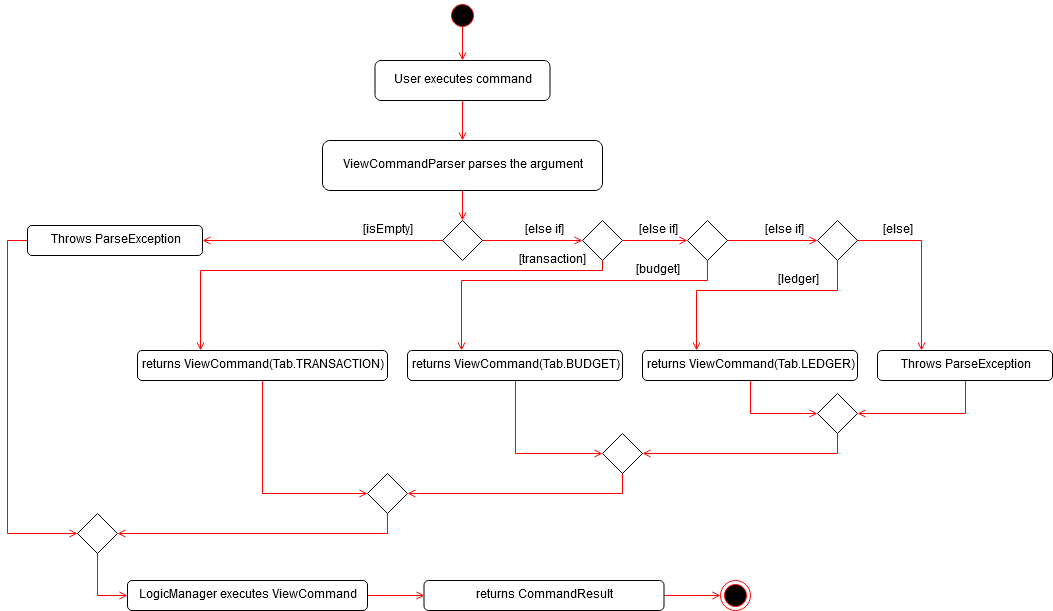
The draw.io diagram docs/images/ViewActivityDiagram.png in nus-cs2103-AY1920S1/addressbook-level3, before a commit. Source tidied: cells renumbered, new cells last; positions are measured from the earlier drawing's top-left corner, leaving out a move shared by most shapes.
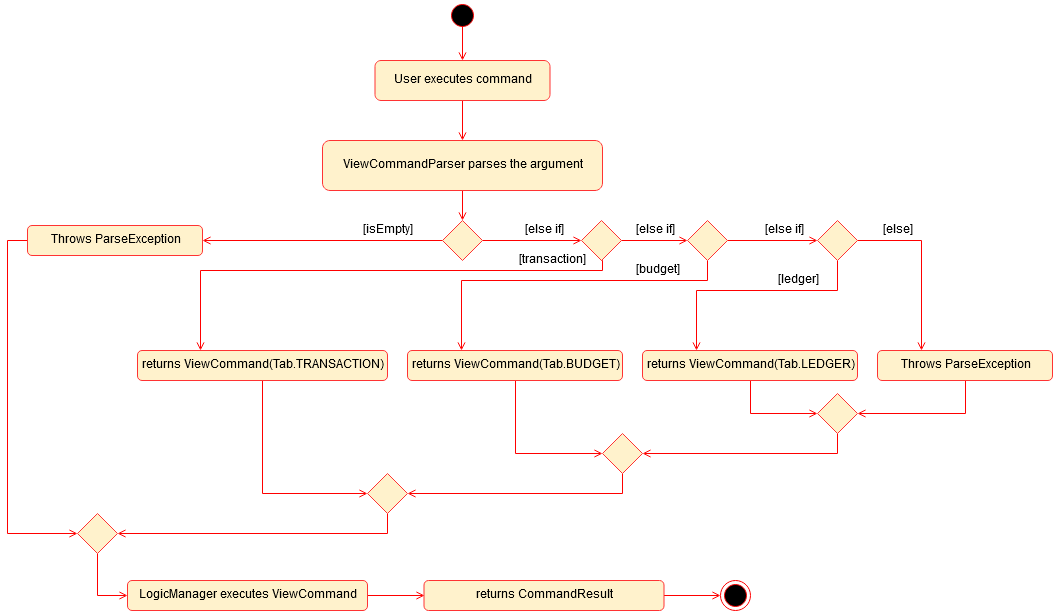
The same file after the commit.

Diff of the diagram source:
```diff
@@ -13,28 +13,28 @@
     <mxCell id="4" style="edgeStyle=orthogonalEdgeStyle;rounded=0;jettySize=auto;html=1;exitX=0.5;exitY=1;exitDx=0;exitDy=0;entryX=0.5;entryY=0;entryDx=0;entryDy=0;strokeColor=#FF0000;endArrow=open;endFill=0;" parent="1" edge="1" source="5" target="7">
       <mxGeometry relative="1" as="geometry" />
     </mxCell>
-    <mxCell id="5" value="User executes command" style="rounded=1;whiteSpace=wrap;html=1;" parent="1" vertex="1">
+    <mxCell id="5" value="User executes command" style="rounded=1;whiteSpace=wrap;html=1;fillColor=#fff2cc;strokeColor=#FF3333;" parent="1" vertex="1">
       <mxGeometry x="347.5" y="60" width="175" height="40" as="geometry" />
     </mxCell>
     <mxCell id="6" style="edgeStyle=orthogonalEdgeStyle;rounded=0;jettySize=auto;html=1;exitX=0.5;exitY=1;exitDx=0;exitDy=0;entryX=0.5;entryY=0;entryDx=0;entryDy=0;endArrow=open;endFill=0;strokeColor=#FF0000;" parent="1" edge="1" source="7" target="10">
       <mxGeometry relative="1" as="geometry" />
     </mxCell>
-    <mxCell id="7" value="ViewCommandParser parses the argument" style="rounded=1;whiteSpace=wrap;html=1;" parent="1" vertex="1">
+    <mxCell id="7" value="ViewCommandParser parses the argument" style="rounded=1;whiteSpace=wrap;html=1;fillColor=#fff2cc;strokeColor=#FF3333;" parent="1" vertex="1">
       <mxGeometry x="295" y="140" width="280" height="50" as="geometry" />
     </mxCell>
     <mxCell id="8" style="edgeStyle=orthogonalEdgeStyle;rounded=0;jettySize=auto;html=1;exitX=0;exitY=0.5;exitDx=0;exitDy=0;endArrow=open;endFill=0;strokeColor=#FF0000;entryX=1;entryY=0.5;entryDx=0;entryDy=0;" parent="1" edge="1" source="10" target="12">
       <mxGeometry relative="1" as="geometry" />
     </mxCell>
-    <mxCell id="9" style="edgeStyle=orthogonalEdgeStyle;rounded=0;jettySize=auto;html=1;exitX=1;exitY=0.5;exitDx=0;exitDy=0;entryX=0;entryY=0.5;entryDx=0;entryDy=0;endArrow=open;endFill=0;strokeColor=#FF0000;" parent="1" edge="1" source="10" target="18">
+    <mxCell id="9" style="edgeStyle=orthogonalEdgeStyle;rounded=0;jettySize=auto;html=1;exitX=1;exitY=0.5;exitDx=0;exitDy=0;entryX=0;entryY=0.5;entryDx=0;entryDy=0;endArrow=open;endFill=0;strokeColor=#FF0000;" parent="1" edge="1" source="10" target="51">
       <mxGeometry relative="1" as="geometry" />
     </mxCell>
-    <mxCell id="10" style="rhombus;whiteSpace=wrap;html=1;" parent="1" vertex="1">
+    <mxCell id="10" style="rhombus;whiteSpace=wrap;html=1;fillColor=#fff2cc;strokeColor=#FF3333;" parent="1" vertex="1">
       <mxGeometry x="415" y="220" width="40" height="40" as="geometry" />
     </mxCell>
     <mxCell id="11" style="edgeStyle=orthogonalEdgeStyle;rounded=0;jettySize=auto;html=1;entryX=0;entryY=0.5;entryDx=0;entryDy=0;endArrow=open;endFill=0;strokeColor=#FF0000;exitX=0;exitY=0.5;exitDx=0;exitDy=0;" parent="1" edge="1" source="12" target="45">
       <mxGeometry relative="1" as="geometry" />
     </mxCell>
-    <mxCell id="12" value="Throws ParseException" style="rounded=1;whiteSpace=wrap;html=1;" parent="1" vertex="1">
+    <mxCell id="12" value="Throws ParseException" style="rounded=1;whiteSpace=wrap;html=1;fillColor=#fff2cc;strokeColor=#FF3333;" parent="1" vertex="1">
       <mxGeometry y="225" width="175" height="30" as="geometry" />
     </mxCell>
     <mxCell id="13" value="[isEmpty]" style="text;html=1;strokeColor=none;fillColor=none;align=center;verticalAlign=middle;whiteSpace=wrap;rounded=0;" parent="1" vertex="1">
@@ -43,23 +43,21 @@
     <mxCell id="14" style="edgeStyle=orthogonalEdgeStyle;rounded=0;jettySize=auto;html=1;entryX=0;entryY=0.5;entryDx=0;entryDy=0;endArrow=open;endFill=0;strokeColor=#FF0000;" parent="1" edge="1" source="15" target="43">
       <mxGeometry relative="1" as="geometry" />
     </mxCell>
-    <mxCell id="15" value="returns ViewCommand(Tab.TRANSACTION)" style="rounded=1;whiteSpace=wrap;html=1;" parent="1" vertex="1">
+    <mxCell id="15" value="returns ViewCommand(Tab.TRANSACTION)" style="rounded=1;whiteSpace=wrap;html=1;fillColor=#fff2cc;strokeColor=#FF3333;" parent="1" vertex="1">
       <mxGeometry x="110" y="350" width="250" height="30" as="geometry" />
     </mxCell>
-    <mxCell id="16" style="edgeStyle=orthogonalEdgeStyle;rounded=0;jettySize=auto;html=1;exitX=0.5;exitY=1;exitDx=0;exitDy=0;endArrow=open;endFill=0;strokeColor=#FF0000;entryX=0.25;entryY=0;entryDx=0;entryDy=0;" parent="1" edge="1" source="18" target="15">
+    <mxCell id="16" style="edgeStyle=orthogonalEdgeStyle;rounded=0;jettySize=auto;html=1;exitX=0.5;exitY=1;exitDx=0;exitDy=0;endArrow=open;endFill=0;strokeColor=#FF0000;entryX=0.25;entryY=0;entryDx=0;entryDy=0;" parent="1" edge="1" source="51" target="15">
       <mxGeometry relative="1" as="geometry">
         <Array as="points">
+          <mxPoint x="575" y="260" />
           <mxPoint x="575" y="270" />
           <mxPoint x="173" y="270" />
         </Array>
       </mxGeometry>
     </mxCell>
-    <mxCell id="17" style="edgeStyle=orthogonalEdgeStyle;rounded=0;jettySize=auto;html=1;exitX=1;exitY=0.5;exitDx=0;exitDy=0;entryX=0;entryY=0.5;entryDx=0;entryDy=0;endArrow=open;endFill=0;strokeColor=#FF0000;" parent="1" edge="1" source="18" target="23">
+    <mxCell id="17" style="edgeStyle=orthogonalEdgeStyle;rounded=0;jettySize=auto;html=1;exitX=1;exitY=0.5;exitDx=0;exitDy=0;entryX=0;entryY=0.5;entryDx=0;entryDy=0;endArrow=open;endFill=0;strokeColor=#FF0000;" parent="1" edge="1" source="51" target="23">
       <mxGeometry relative="1" as="geometry" />
     </mxCell>
-    <mxCell id="18" style="rhombus;whiteSpace=wrap;html=1;" parent="1" vertex="1">
-      <mxGeometry x="555" y="220" width="40" height="40" as="geometry" />
-    </mxCell>
     <mxCell id="19" value="[else if]" style="text;html=1;strokeColor=none;fillColor=none;align=center;verticalAlign=middle;whiteSpace=wrap;rounded=0;" parent="1" vertex="1">
       <mxGeometry x="490" y="220" width="53" height="20" as="geometry" />
     </mxCell>
@@ -77,13 +75,13 @@
     <mxCell id="22" style="edgeStyle=orthogonalEdgeStyle;rounded=0;jettySize=auto;html=1;exitX=1;exitY=0.5;exitDx=0;exitDy=0;entryX=0;entryY=0.5;entryDx=0;entryDy=0;endArrow=open;endFill=0;strokeColor=#FF0000;" parent="1" edge="1" source="23" target="29">
       <mxGeometry relative="1" as="geometry" />
     </mxCell>
-    <mxCell id="23" style="rhombus;whiteSpace=wrap;html=1;" parent="1" vertex="1">
+    <mxCell id="23" style="rhombus;whiteSpace=wrap;html=1;fillColor=#fff2cc;strokeColor=#FF3333;" parent="1" vertex="1">
       <mxGeometry x="660" y="220" width="40" height="40" as="geometry" />
     </mxCell>
     <mxCell id="24" style="edgeStyle=orthogonalEdgeStyle;rounded=0;jettySize=auto;html=1;entryX=0;entryY=0.5;entryDx=0;entryDy=0;endArrow=open;endFill=0;strokeColor=#FF0000;" parent="1" edge="1" source="25" target="41">
       <mxGeometry relative="1" as="geometry" />
     </mxCell>
-    <mxCell id="25" value="returns ViewCommand(Tab.BUDGET)" style="rounded=1;whiteSpace=wrap;html=1;" parent="1" vertex="1">
+    <mxCell id="25" value="returns ViewCommand(Tab.BUDGET)" style="rounded=1;whiteSpace=wrap;html=1;fillColor=#fff2cc;strokeColor=#FF3333;" parent="1" vertex="1">
       <mxGeometry x="380" y="350" width="215" height="30" as="geometry" />
     </mxCell>
     <mxCell id="26" value="[budget]" style="text;html=1;strokeColor=none;fillColor=none;align=center;verticalAlign=middle;whiteSpace=wrap;rounded=0;" parent="1" vertex="1">
@@ -104,13 +102,13 @@
         </Array>
       </mxGeometry>
     </mxCell>
-    <mxCell id="29" style="rhombus;whiteSpace=wrap;html=1;" parent="1" vertex="1">
+    <mxCell id="29" style="rhombus;whiteSpace=wrap;html=1;fillColor=#fff2cc;strokeColor=#FF3333;" parent="1" vertex="1">
       <mxGeometry x="790" y="220" width="40" height="40" as="geometry" />
     </mxCell>
     <mxCell id="30" style="edgeStyle=orthogonalEdgeStyle;rounded=0;jettySize=auto;html=1;entryX=0;entryY=0.5;entryDx=0;entryDy=0;endArrow=open;endFill=0;strokeColor=#FF0000;" parent="1" edge="1" source="31" target="39">
       <mxGeometry relative="1" as="geometry" />
     </mxCell>
-    <mxCell id="31" value="returns ViewCommand(Tab.LEDGER)" style="rounded=1;whiteSpace=wrap;html=1;" parent="1" vertex="1">
+    <mxCell id="31" value="returns ViewCommand(Tab.LEDGER)" style="rounded=1;whiteSpace=wrap;html=1;fillColor=#fff2cc;strokeColor=#FF3333;" parent="1" vertex="1">
       <mxGeometry x="615" y="350" width="215" height="30" as="geometry" />
     </mxCell>
     <mxCell id="32" value="[ledger]" style="text;html=1;strokeColor=none;fillColor=none;align=center;verticalAlign=middle;whiteSpace=wrap;rounded=0;" parent="1" vertex="1">
@@ -119,14 +117,14 @@
     <mxCell id="33" style="edgeStyle=orthogonalEdgeStyle;rounded=0;jettySize=auto;html=1;entryX=1;entryY=0.5;entryDx=0;entryDy=0;endArrow=open;endFill=0;strokeColor=#FF0000;exitX=0.5;exitY=1;exitDx=0;exitDy=0;" parent="1" edge="1" source="34" target="39">
       <mxGeometry relative="1" as="geometry" />
     </mxCell>
-    <mxCell id="34" value="Throws ParseException" style="rounded=1;whiteSpace=wrap;html=1;" parent="1" vertex="1">
+    <mxCell id="34" value="Throws ParseException" style="rounded=1;whiteSpace=wrap;html=1;fillColor=#fff2cc;strokeColor=#FF3333;" parent="1" vertex="1">
       <mxGeometry x="850" y="350" width="175" height="30" as="geometry" />
     </mxCell>
     <mxCell id="35" value="[else]" style="text;html=1;strokeColor=none;fillColor=none;align=center;verticalAlign=middle;whiteSpace=wrap;rounded=0;" parent="1" vertex="1">
       <mxGeometry x="850" y="220" width="40" height="20" as="geometry" />
     </mxCell>
     <mxCell id="36" value="[else if]" style="text;html=1;strokeColor=none;fillColor=none;align=center;verticalAlign=middle;whiteSpace=wrap;rounded=0;" parent="1" vertex="1">
-      <mxGeometry x="603.5" y="220" width="53" height="20" as="geometry" />
+      <mxGeometry x="600.5" y="220" width="53" height="20" as="geometry" />
     </mxCell>
     <mxCell id="37" value="[else if]" style="text;html=1;strokeColor=none;fillColor=none;align=center;verticalAlign=middle;whiteSpace=wrap;rounded=0;" parent="1" vertex="1">
       <mxGeometry x="730" y="220" width="53" height="20" as="geometry" />
@@ -134,7 +132,7 @@
     <mxCell id="38" style="edgeStyle=orthogonalEdgeStyle;rounded=0;jettySize=auto;html=1;exitX=0.5;exitY=1;exitDx=0;exitDy=0;endArrow=open;endFill=0;strokeColor=#FF0000;" parent="1" edge="1" source="39" target="41">
       <mxGeometry relative="1" as="geometry" />
     </mxCell>
-    <mxCell id="39" style="rhombus;whiteSpace=wrap;html=1;" parent="1" vertex="1">
+    <mxCell id="39" style="rhombus;whiteSpace=wrap;html=1;fillColor=#fff2cc;strokeColor=#FF3333;" parent="1" vertex="1">
       <mxGeometry x="790" y="393" width="40" height="40" as="geometry" />
     </mxCell>
     <mxCell id="40" style="edgeStyle=orthogonalEdgeStyle;rounded=0;jettySize=auto;html=1;entryX=1;entryY=0.5;entryDx=0;entryDy=0;endArrow=open;endFill=0;strokeColor=#FF0000;" parent="1" edge="1" source="41" target="43">
@@ -144,7 +142,7 @@
         </Array>
       </mxGeometry>
     </mxCell>
-    <mxCell id="41" style="rhombus;whiteSpace=wrap;html=1;" parent="1" vertex="1">
+    <mxCell id="41" style="rhombus;whiteSpace=wrap;html=1;fillColor=#fff2cc;strokeColor=#FF3333;" parent="1" vertex="1">
       <mxGeometry x="575" y="433" width="40" height="40" as="geometry" />
     </mxCell>
     <mxCell id="42" style="edgeStyle=orthogonalEdgeStyle;rounded=0;jettySize=auto;html=1;entryX=1;entryY=0.5;entryDx=0;entryDy=0;endArrow=open;endFill=0;strokeColor=#FF0000;" parent="1" edge="1" source="43" target="45">
@@ -154,7 +152,7 @@
         </Array>
       </mxGeometry>
     </mxCell>
-    <mxCell id="43" style="rhombus;whiteSpace=wrap;html=1;" parent="1" vertex="1">
+    <mxCell id="43" style="rhombus;whiteSpace=wrap;html=1;fillColor=#fff2cc;strokeColor=#FF3333;" parent="1" vertex="1">
       <mxGeometry x="340" y="473" width="40" height="40" as="geometry" />
     </mxCell>
     <mxCell id="44" style="edgeStyle=orthogonalEdgeStyle;rounded=0;jettySize=auto;html=1;entryX=0;entryY=0.5;entryDx=0;entryDy=0;endArrow=open;endFill=0;strokeColor=#FF0000;" parent="1" edge="1" source="45" target="49">
@@ -164,23 +162,26 @@
         </Array>
       </mxGeometry>
     </mxCell>
-    <mxCell id="45" style="rhombus;whiteSpace=wrap;html=1;" parent="1" vertex="1">
+    <mxCell id="45" style="rhombus;whiteSpace=wrap;html=1;fillColor=#fff2cc;strokeColor=#FF3333;" parent="1" vertex="1">
       <mxGeometry x="50" y="513" width="40" height="40" as="geometry" />
     </mxCell>
     <mxCell id="46" style="edgeStyle=orthogonalEdgeStyle;rounded=0;jettySize=auto;html=1;entryX=0;entryY=0.5;entryDx=0;entryDy=0;endArrow=open;endFill=0;strokeColor=#FF0000;" parent="1" edge="1" source="47" target="50">
       <mxGeometry relative="1" as="geometry" />
     </mxCell>
-    <mxCell id="47" value="returns CommandResult" style="rounded=1;whiteSpace=wrap;html=1;" parent="1" vertex="1">
+    <mxCell id="47" value="returns CommandResult" style="rounded=1;whiteSpace=wrap;html=1;fillColor=#fff2cc;strokeColor=#FF3333;gradientColor=none;" parent="1" vertex="1">
       <mxGeometry x="396.5" y="580" width="240" height="30" as="geometry" />
     </mxCell>
     <mxCell id="48" style="edgeStyle=orthogonalEdgeStyle;rounded=0;jettySize=auto;html=1;entryX=0;entryY=0.5;entryDx=0;entryDy=0;endArrow=open;endFill=0;strokeColor=#FF0000;" parent="1" edge="1" source="49" target="47">
       <mxGeometry relative="1" as="geometry" />
     </mxCell>
-    <mxCell id="49" value="LogicManager executes ViewCommand" style="rounded=1;whiteSpace=wrap;html=1;" parent="1" vertex="1">
+    <mxCell id="49" value="LogicManager executes ViewCommand" style="rounded=1;whiteSpace=wrap;html=1;fillColor=#fff2cc;strokeColor=#FF3333;" parent="1" vertex="1">
       <mxGeometry x="100" y="580" width="240" height="30" as="geometry" />
     </mxCell>
     <mxCell id="50" style="ellipse;html=1;shape=endState;fillColor=#000000;strokeColor=#ff0000;" parent="1" vertex="1">
       <mxGeometry x="693" y="580" width="30" height="30" as="geometry" />
     </mxCell>
+    <mxCell id="51" style="rhombus;whiteSpace=wrap;html=1;fillColor=#fff2cc;strokeColor=#FF3333;" parent="1" vertex="1">
+      <mxGeometry x="554" y="220" width="40" height="40" as="geometry" />
+    </mxCell>
   </root>
 </mxGraphModel>
```
